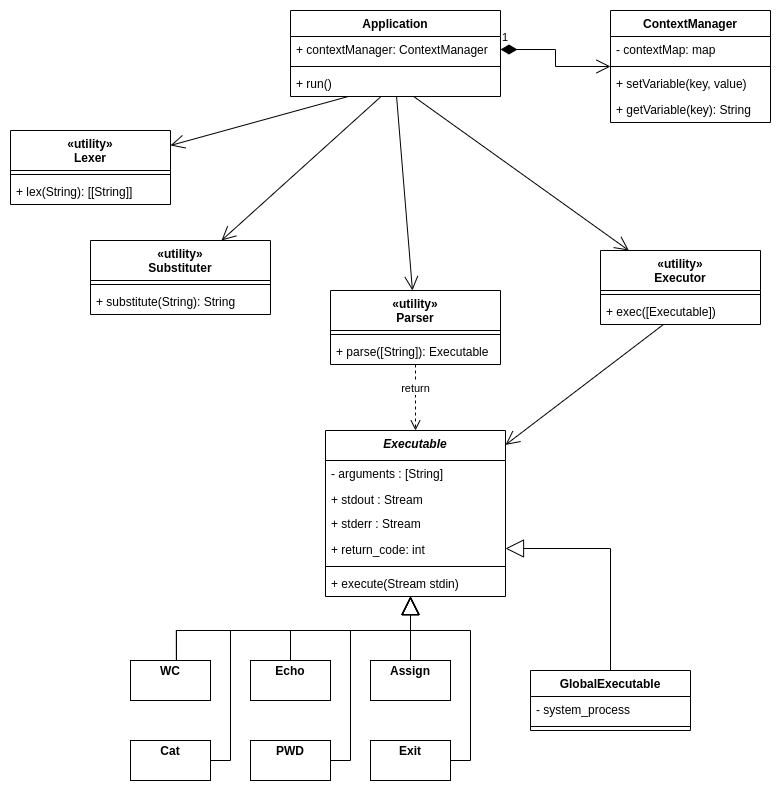
kgamora/cli-itmo-sd-2023 keeps this draw.io diagram as architecture/cli-class_scheme.drawio.png. Above is the earlier version. Source tidied: cells renumbered, new cells last; positions are measured from the earlier drawing's top-left corner, leaving out a move shared by most shapes. Its diagram source:
```xml
<mxGraphModel>
  <root>
    <mxCell id="0" />
    <mxCell id="1" parent="0" />
    <mxCell id="2" value="ContextManager" style="swimlane;fontStyle=1;align=center;verticalAlign=top;horizontal=1;startSize=26;" parent="1" vertex="1">
      <mxGeometry x="600" width="160" height="112" as="geometry" />
    </mxCell>
    <mxCell id="3" value="- contextMap: map" style="text;strokeColor=none;fillColor=none;align=left;verticalAlign=top;spacingLeft=4;spacingRight=4;overflow=hidden;" parent="2" vertex="1">
      <mxGeometry y="26" width="160" height="26" as="geometry" />
    </mxCell>
    <mxCell id="4" style="line;strokeWidth=1;fillColor=none;align=left;verticalAlign=middle;spacingTop=-1;spacingLeft=3;spacingRight=3;labelPosition=right;strokeColor=inherit;" parent="2" vertex="1">
      <mxGeometry y="52" width="160" height="8" as="geometry" />
    </mxCell>
    <mxCell id="5" value="+ setVariable(key, value)" style="text;strokeColor=none;fillColor=none;align=left;verticalAlign=top;spacingLeft=4;spacingRight=4;overflow=hidden;" parent="2" vertex="1">
      <mxGeometry y="60" width="160" height="26" as="geometry" />
    </mxCell>
    <mxCell id="6" value="+ getVariable(key): String" style="text;strokeColor=none;fillColor=none;align=left;verticalAlign=top;spacingLeft=4;spacingRight=4;overflow=hidden;" parent="2" vertex="1">
      <mxGeometry y="86" width="160" height="26" as="geometry" />
    </mxCell>
    <mxCell id="7" value="Application" style="swimlane;fontStyle=1;align=center;verticalAlign=top;horizontal=1;startSize=26;" parent="1" vertex="1">
      <mxGeometry x="280" width="210" height="86" as="geometry" />
    </mxCell>
    <mxCell id="8" value="+ contextManager: ContextManager" style="text;strokeColor=none;fillColor=none;align=left;verticalAlign=top;spacingLeft=4;spacingRight=4;overflow=hidden;points=[[0,0.5],[1,0.5]];portConstraint=eastwest;" parent="7" vertex="1">
      <mxGeometry y="26" width="210" height="26" as="geometry" />
    </mxCell>
    <mxCell id="9" style="line;strokeWidth=1;fillColor=none;align=left;verticalAlign=middle;spacingTop=-1;spacingLeft=3;spacingRight=3;labelPosition=right;strokeColor=inherit;" parent="7" vertex="1">
      <mxGeometry y="52" width="210" height="8" as="geometry" />
    </mxCell>
    <mxCell id="10" value="+ run()" style="text;strokeColor=none;fillColor=none;align=left;verticalAlign=top;spacingLeft=4;spacingRight=4;overflow=hidden;points=[[0,0.5],[1,0.5]];portConstraint=eastwest;" parent="7" vertex="1">
      <mxGeometry y="60" width="210" height="26" as="geometry" />
    </mxCell>
    <mxCell id="11" value="«utility»&#10;Lexer" style="swimlane;fontStyle=1;align=center;verticalAlign=top;horizontal=1;startSize=40;" parent="1" vertex="1">
      <mxGeometry y="120" width="160" height="74" as="geometry" />
    </mxCell>
    <mxCell id="12" style="line;strokeWidth=1;fillColor=none;align=left;verticalAlign=middle;spacingTop=-1;spacingLeft=3;spacingRight=3;labelPosition=right;strokeColor=inherit;" parent="11" vertex="1">
      <mxGeometry y="40" width="160" height="8" as="geometry" />
    </mxCell>
    <mxCell id="13" value="+ lex(String): [[String]]" style="text;strokeColor=none;fillColor=none;align=left;verticalAlign=top;spacingLeft=4;spacingRight=4;overflow=hidden;" parent="11" vertex="1">
      <mxGeometry y="48" width="160" height="26" as="geometry" />
    </mxCell>
    <mxCell id="14" value="«utility»&#10;Substituter" style="swimlane;fontStyle=1;align=center;verticalAlign=top;horizontal=1;startSize=40;" parent="1" vertex="1">
      <mxGeometry x="80" y="230" width="180" height="74" as="geometry" />
    </mxCell>
    <mxCell id="15" style="line;strokeWidth=1;fillColor=none;align=left;verticalAlign=middle;spacingTop=-1;spacingLeft=3;spacingRight=3;labelPosition=right;strokeColor=inherit;" parent="14" vertex="1">
      <mxGeometry y="40" width="180" height="8" as="geometry" />
    </mxCell>
    <mxCell id="16" value="+ substitute(String): String" style="text;strokeColor=none;fillColor=none;align=left;verticalAlign=top;spacingLeft=4;spacingRight=4;overflow=hidden;" parent="14" vertex="1">
      <mxGeometry y="48" width="180" height="26" as="geometry" />
    </mxCell>
    <mxCell id="17" value="«utility»&#10;Parser" style="swimlane;fontStyle=1;align=center;verticalAlign=top;horizontal=1;startSize=40;" parent="1" vertex="1">
      <mxGeometry x="320" y="280" width="170" height="74" as="geometry" />
    </mxCell>
    <mxCell id="18" style="line;strokeWidth=1;fillColor=none;align=left;verticalAlign=middle;spacingTop=-1;spacingLeft=3;spacingRight=3;labelPosition=right;strokeColor=inherit;" parent="17" vertex="1">
      <mxGeometry y="40" width="170" height="8" as="geometry" />
    </mxCell>
    <mxCell id="19" value="+ parse([String]): Executable" style="text;strokeColor=none;fillColor=none;align=left;verticalAlign=top;spacingLeft=4;spacingRight=4;overflow=hidden;points=[[0,0.5],[1,0.5]];portConstraint=eastwest;" parent="17" vertex="1">
      <mxGeometry y="48" width="170" height="26" as="geometry" />
    </mxCell>
    <mxCell id="20" value="Executable" style="swimlane;fontStyle=3;align=center;verticalAlign=top;horizontal=1;startSize=30;" parent="1" vertex="1">
      <mxGeometry x="315" y="420" width="180" height="166" as="geometry" />
    </mxCell>
    <mxCell id="21" value="- arguments : [String]" style="text;strokeColor=none;fillColor=none;align=left;verticalAlign=top;spacingLeft=4;spacingRight=4;overflow=hidden;" parent="20" vertex="1">
      <mxGeometry y="30" width="180" height="26" as="geometry" />
    </mxCell>
    <mxCell id="22" value="+ stdout : Stream" style="text;strokeColor=none;fillColor=none;align=left;verticalAlign=top;spacingLeft=4;spacingRight=4;overflow=hidden;" parent="20" vertex="1">
      <mxGeometry y="56" width="180" height="24" as="geometry" />
    </mxCell>
    <mxCell id="23" value="+ stderr : Stream" style="text;strokeColor=none;fillColor=none;align=left;verticalAlign=top;spacingLeft=4;spacingRight=4;overflow=hidden;" parent="20" vertex="1">
      <mxGeometry y="80" width="180" height="26" as="geometry" />
    </mxCell>
    <mxCell id="24" value="+ return_code: int" style="text;strokeColor=none;fillColor=none;align=left;verticalAlign=top;spacingLeft=4;spacingRight=4;overflow=hidden;" parent="20" vertex="1">
      <mxGeometry y="106" width="180" height="26" as="geometry" />
    </mxCell>
    <mxCell id="25" style="line;strokeWidth=1;fillColor=none;align=left;verticalAlign=middle;spacingTop=-1;spacingLeft=3;spacingRight=3;labelPosition=right;strokeColor=inherit;" parent="20" vertex="1">
      <mxGeometry y="132" width="180" height="8" as="geometry" />
    </mxCell>
    <mxCell id="26" value="+ execute(Stream stdin)" style="text;strokeColor=none;fillColor=none;align=left;verticalAlign=top;spacingLeft=4;spacingRight=4;overflow=hidden;" parent="20" vertex="1">
      <mxGeometry y="140" width="180" height="26" as="geometry" />
    </mxCell>
    <mxCell id="27" value="&lt;p style=&quot;margin:0px;margin-top:4px;text-align:center;&quot;&gt;&lt;b&gt;WC&lt;/b&gt;&lt;/p&gt;" style="verticalAlign=top;align=left;overflow=fill;fontSize=12;fontFamily=Helvetica;html=1;" parent="1" vertex="1">
      <mxGeometry x="120" y="650" width="80" height="40" as="geometry" />
    </mxCell>
    <mxCell id="28" value="&lt;p style=&quot;margin:0px;margin-top:4px;text-align:center;&quot;&gt;&lt;b&gt;Echo&lt;/b&gt;&lt;/p&gt;" style="verticalAlign=top;align=left;overflow=fill;fontSize=12;fontFamily=Helvetica;html=1;" parent="1" vertex="1">
      <mxGeometry x="240" y="650" width="80" height="40" as="geometry" />
    </mxCell>
    <mxCell id="29" value="&lt;p style=&quot;margin:0px;margin-top:4px;text-align:center;&quot;&gt;&lt;b&gt;Cat&lt;/b&gt;&lt;/p&gt;" style="verticalAlign=top;align=left;overflow=fill;fontSize=12;fontFamily=Helvetica;html=1;" parent="1" vertex="1">
      <mxGeometry x="120" y="730" width="80" height="40" as="geometry" />
    </mxCell>
    <mxCell id="30" value="&lt;p style=&quot;margin:0px;margin-top:4px;text-align:center;&quot;&gt;&lt;b&gt;PWD&lt;/b&gt;&lt;/p&gt;" style="verticalAlign=top;align=left;overflow=fill;fontSize=12;fontFamily=Helvetica;html=1;" parent="1" vertex="1">
      <mxGeometry x="240" y="730" width="80" height="40" as="geometry" />
    </mxCell>
    <mxCell id="31" value="&lt;p style=&quot;margin:0px;margin-top:4px;text-align:center;&quot;&gt;&lt;b&gt;Exit&lt;/b&gt;&lt;/p&gt;" style="verticalAlign=top;align=left;overflow=fill;fontSize=12;fontFamily=Helvetica;html=1;" parent="1" vertex="1">
      <mxGeometry x="360" y="730" width="80" height="40" as="geometry" />
    </mxCell>
    <mxCell id="32" value="&lt;p style=&quot;margin:0px;margin-top:4px;text-align:center;&quot;&gt;&lt;b&gt;Assign&lt;/b&gt;&lt;/p&gt;" style="verticalAlign=top;align=left;overflow=fill;fontSize=12;fontFamily=Helvetica;html=1;" parent="1" vertex="1">
      <mxGeometry x="360" y="650" width="80" height="40" as="geometry" />
    </mxCell>
    <mxCell id="33" value="GlobalExecutable" style="swimlane;fontStyle=1;align=center;verticalAlign=top;horizontal=1;startSize=26;" parent="1" vertex="1">
      <mxGeometry x="520" y="660" width="160" height="60" as="geometry" />
    </mxCell>
    <mxCell id="34" value="- system_process" style="text;strokeColor=none;fillColor=none;align=left;verticalAlign=top;spacingLeft=4;spacingRight=4;overflow=hidden;" parent="33" vertex="1">
      <mxGeometry y="26" width="160" height="26" as="geometry" />
    </mxCell>
    <mxCell id="35" style="line;strokeWidth=1;fillColor=none;align=left;verticalAlign=middle;spacingTop=-1;spacingLeft=3;spacingRight=3;labelPosition=right;strokeColor=inherit;" parent="33" vertex="1">
      <mxGeometry y="52" width="160" height="8" as="geometry" />
    </mxCell>
    <mxCell id="36" style="endArrow=block;endSize=16;endFill=0;html=1;strokeColor=default;exitX=0.574;exitY=-0.003;exitDx=0;exitDy=0;exitPerimeter=0;rounded=0;edgeStyle=orthogonalEdgeStyle;" parent="1" edge="1" source="27" target="20">
      <mxGeometry relative="1" as="geometry">
        <Array as="points">
          <mxPoint x="166" y="620" />
          <mxPoint x="400" y="620" />
        </Array>
      </mxGeometry>
    </mxCell>
    <mxCell id="37" style="endArrow=block;endSize=16;endFill=0;html=1;strokeColor=default;rounded=0;edgeStyle=orthogonalEdgeStyle;" parent="1" edge="1" source="29" target="20">
      <mxGeometry relative="1" as="geometry">
        <Array as="points">
          <mxPoint x="220" y="750" />
          <mxPoint x="220" y="620" />
          <mxPoint x="400" y="620" />
        </Array>
      </mxGeometry>
    </mxCell>
    <mxCell id="38" style="endArrow=block;endSize=16;endFill=0;html=1;strokeColor=default;rounded=0;edgeStyle=orthogonalEdgeStyle;" parent="1" edge="1" source="28" target="20">
      <mxGeometry relative="1" as="geometry">
        <Array as="points">
          <mxPoint x="280" y="620" />
          <mxPoint x="400" y="620" />
        </Array>
      </mxGeometry>
    </mxCell>
    <mxCell id="39" style="endArrow=block;endSize=16;endFill=0;html=1;strokeColor=default;rounded=0;edgeStyle=orthogonalEdgeStyle;" parent="1" edge="1" source="30" target="20">
      <mxGeometry relative="1" as="geometry">
        <Array as="points">
          <mxPoint x="340" y="750" />
          <mxPoint x="340" y="620" />
          <mxPoint x="400" y="620" />
        </Array>
      </mxGeometry>
    </mxCell>
    <mxCell id="40" style="endArrow=block;endSize=16;endFill=0;html=1;strokeColor=default;rounded=0;edgeStyle=orthogonalEdgeStyle;" parent="1" edge="1" source="32" target="20">
      <mxGeometry relative="1" as="geometry">
        <Array as="points">
          <mxPoint x="400" y="610" />
          <mxPoint x="400" y="610" />
        </Array>
      </mxGeometry>
    </mxCell>
    <mxCell id="41" style="endArrow=block;endSize=16;endFill=0;html=1;strokeColor=default;rounded=0;edgeStyle=orthogonalEdgeStyle;" parent="1" edge="1" source="31" target="20">
      <mxGeometry relative="1" as="geometry">
        <Array as="points">
          <mxPoint x="460" y="750" />
          <mxPoint x="460" y="620" />
          <mxPoint x="400" y="620" />
        </Array>
      </mxGeometry>
    </mxCell>
    <mxCell id="42" style="endArrow=block;endSize=16;endFill=0;html=1;strokeColor=default;rounded=0;edgeStyle=orthogonalEdgeStyle;" parent="1" edge="1" source="33" target="20">
      <mxGeometry relative="1" as="geometry">
        <Array as="points">
          <mxPoint x="600" y="538" />
        </Array>
      </mxGeometry>
    </mxCell>
    <mxCell id="43" value="«utility»&#10;Executor" style="swimlane;fontStyle=1;align=center;verticalAlign=top;horizontal=1;startSize=40;" parent="1" vertex="1">
      <mxGeometry x="590" y="240" width="160" height="74" as="geometry" />
    </mxCell>
    <mxCell id="44" style="line;strokeWidth=1;fillColor=none;align=left;verticalAlign=middle;spacingTop=-1;spacingLeft=3;spacingRight=3;labelPosition=right;strokeColor=inherit;" parent="43" vertex="1">
      <mxGeometry y="40" width="160" height="8" as="geometry" />
    </mxCell>
    <mxCell id="45" value="+ exec([Executable])" style="text;strokeColor=none;fillColor=none;align=left;verticalAlign=top;spacingLeft=4;spacingRight=4;overflow=hidden;points=[[0,0.5],[1,0.5]];portConstraint=eastwest;" parent="43" vertex="1">
      <mxGeometry y="48" width="160" height="26" as="geometry" />
    </mxCell>
    <mxCell id="46" style="endArrow=open;endFill=1;endSize=12;html=1;rounded=0;" parent="1" edge="1" source="10" target="11">
      <mxGeometry relative="1" as="geometry" />
    </mxCell>
    <mxCell id="47" style="endArrow=open;endFill=1;endSize=12;html=1;rounded=0;" parent="1" edge="1" source="10" target="43">
      <mxGeometry relative="1" as="geometry" />
    </mxCell>
    <mxCell id="48" style="endArrow=open;endFill=1;endSize=12;html=1;rounded=0;" parent="1" edge="1" source="10" target="17">
      <mxGeometry relative="1" as="geometry" />
    </mxCell>
    <mxCell id="49" value="1" style="endArrow=open;html=1;endSize=12;startArrow=diamondThin;startSize=14;startFill=1;edgeStyle=orthogonalEdgeStyle;align=left;verticalAlign=bottom;rounded=0;exitX=1;exitY=0.5;exitDx=0;exitDy=0;" parent="1" edge="1" source="8" target="2">
      <mxGeometry x="-1" y="3" relative="1" as="geometry" />
    </mxCell>
    <mxCell id="50" style="endArrow=open;endFill=1;endSize=12;html=1;rounded=0;" parent="1" edge="1" source="10" target="14">
      <mxGeometry relative="1" as="geometry" />
    </mxCell>
    <mxCell id="51" value="return" style="html=1;verticalAlign=bottom;endArrow=open;dashed=1;endSize=8;edgeStyle=elbowEdgeStyle;elbow=vertical;curved=0;rounded=0;" parent="1" edge="1" source="19" target="20">
      <mxGeometry relative="1" as="geometry" />
    </mxCell>
    <mxCell id="52" style="endArrow=open;endFill=1;endSize=12;html=1;rounded=0;" parent="1" edge="1" source="45" target="20">
      <mxGeometry relative="1" as="geometry" />
    </mxCell>
    <mxCell id="53" style="endArrow=block;endSize=16;endFill=0;html=1;strokeColor=default;exitX=0.574;exitY=-0.003;exitDx=0;exitDy=0;exitPerimeter=0;rounded=0;edgeStyle=orthogonalEdgeStyle;" parent="1" edge="1" source="27" target="20">
      <mxGeometry relative="1" as="geometry">
        <Array as="points">
          <mxPoint x="166" y="620" />
          <mxPoint x="400" y="620" />
        </Array>
      </mxGeometry>
    </mxCell>
    <mxCell id="54" style="endArrow=block;endSize=16;endFill=0;html=1;strokeColor=default;rounded=0;edgeStyle=orthogonalEdgeStyle;" parent="1" edge="1" source="28" target="20">
      <mxGeometry relative="1" as="geometry">
        <Array as="points">
          <mxPoint x="280" y="620" />
          <mxPoint x="400" y="620" />
        </Array>
      </mxGeometry>
    </mxCell>
  </root>
</mxGraphModel>
```
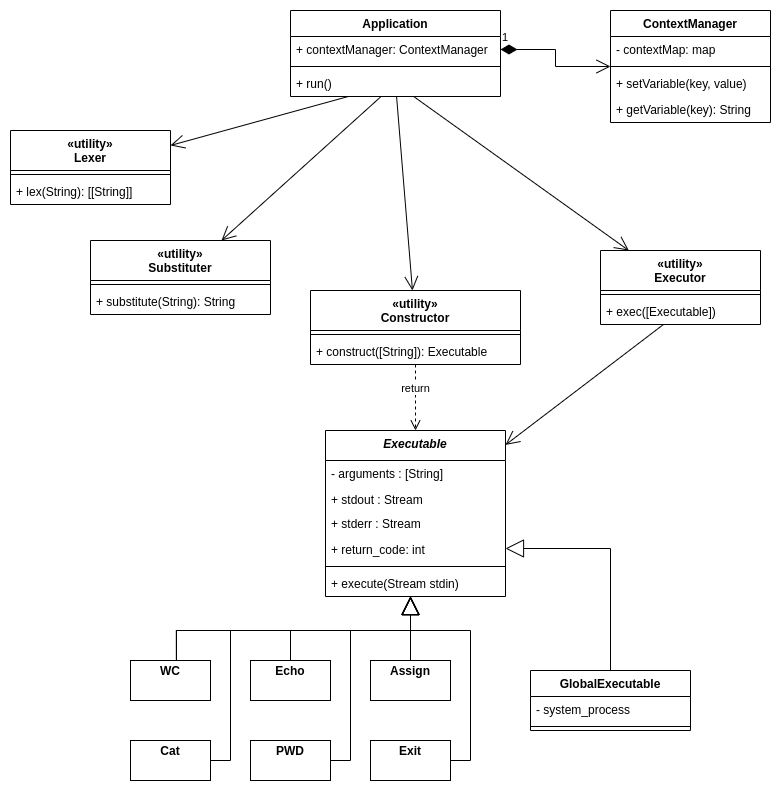
After the change.

Commit message:
Обновил картинку

Change to the diagram source:
```diff
@@ -47,14 +47,14 @@
     <mxCell id="16" value="+ substitute(String): String" style="text;strokeColor=none;fillColor=none;align=left;verticalAlign=top;spacingLeft=4;spacingRight=4;overflow=hidden;" parent="14" vertex="1">
       <mxGeometry y="48" width="180" height="26" as="geometry" />
     </mxCell>
-    <mxCell id="17" value="«utility»&#10;Parser" style="swimlane;fontStyle=1;align=center;verticalAlign=top;horizontal=1;startSize=40;" parent="1" vertex="1">
-      <mxGeometry x="320" y="280" width="170" height="74" as="geometry" />
+    <mxCell id="17" value="«utility»&#10;Constructor" style="swimlane;fontStyle=1;align=center;verticalAlign=top;horizontal=1;startSize=40;" parent="1" vertex="1">
+      <mxGeometry x="300" y="280" width="210" height="74" as="geometry" />
     </mxCell>
     <mxCell id="18" style="line;strokeWidth=1;fillColor=none;align=left;verticalAlign=middle;spacingTop=-1;spacingLeft=3;spacingRight=3;labelPosition=right;strokeColor=inherit;" parent="17" vertex="1">
-      <mxGeometry y="40" width="170" height="8" as="geometry" />
+      <mxGeometry y="40" width="210" height="8" as="geometry" />
     </mxCell>
-    <mxCell id="19" value="+ parse([String]): Executable" style="text;strokeColor=none;fillColor=none;align=left;verticalAlign=top;spacingLeft=4;spacingRight=4;overflow=hidden;points=[[0,0.5],[1,0.5]];portConstraint=eastwest;" parent="17" vertex="1">
-      <mxGeometry y="48" width="170" height="26" as="geometry" />
+    <mxCell id="19" value="+ construct([String]): Executable" style="text;strokeColor=none;fillColor=none;align=left;verticalAlign=top;spacingLeft=4;spacingRight=4;overflow=hidden;points=[[0,0.5],[1,0.5]];portConstraint=eastwest;" parent="17" vertex="1">
+      <mxGeometry y="48" width="210" height="26" as="geometry" />
     </mxCell>
     <mxCell id="20" value="Executable" style="swimlane;fontStyle=3;align=center;verticalAlign=top;horizontal=1;startSize=30;" parent="1" vertex="1">
       <mxGeometry x="315" y="420" width="180" height="166" as="geometry" />
```
